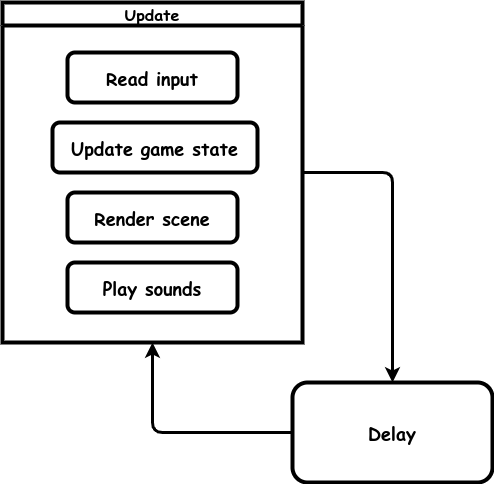
This is images/game-loop.drawio.png from garfix/architectural-patterns, a draw.io export, as it was before one commit. Source tidied: cells renumbered, new cells last; positions are measured from the earlier drawing's top-left corner, leaving out a move shared by most shapes.
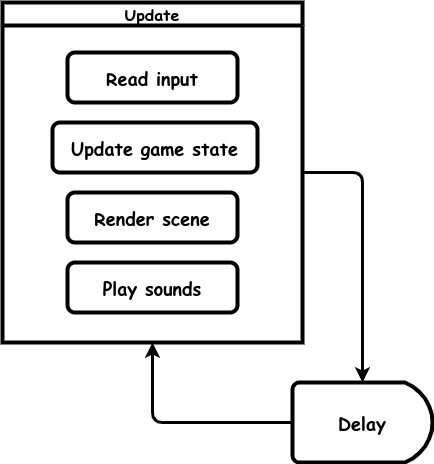
The same diagram one commit later.

What changed in the source:
```diff
@@ -17,22 +17,22 @@
     <mxCell id="6" value="&lt;b style=&quot;font-size: 18px;&quot;&gt;Play sounds&lt;br&gt;&lt;/b&gt;" style="rounded=1;whiteSpace=wrap;html=1;strokeWidth=4;fontFamily=Comic Sans MS;fontSize=18;" parent="2" vertex="1">
       <mxGeometry x="65" y="260" width="170" height="50" as="geometry" />
     </mxCell>
-    <mxCell id="7" value="&lt;b style=&quot;font-size: 18px;&quot;&gt;Delay&lt;br&gt;&lt;/b&gt;" style="rounded=1;whiteSpace=wrap;html=1;strokeWidth=4;fontFamily=Comic Sans MS;fontSize=18;" parent="1" vertex="1">
-      <mxGeometry x="290" y="380" width="200" height="100" as="geometry" />
-    </mxCell>
     <mxCell id="8" style="endArrow=none;startArrow=classic;html=1;rounded=1;strokeWidth=3;endFill=0;" parent="1" edge="1" source="2" target="7">
       <mxGeometry relative="1" as="geometry">
         <Array as="points">
-          <mxPoint x="150" y="430" />
+          <mxPoint x="150" y="420" />
         </Array>
       </mxGeometry>
     </mxCell>
     <mxCell id="9" style="endArrow=none;startArrow=classic;html=1;rounded=1;strokeWidth=3;endFill=0;" parent="1" edge="1" source="7" target="2">
       <mxGeometry relative="1" as="geometry">
         <Array as="points">
-          <mxPoint x="390" y="170" />
+          <mxPoint x="360" y="170" />
         </Array>
       </mxGeometry>
     </mxCell>
+    <mxCell id="7" value="&lt;font face=&quot;Comic Sans MS&quot; style=&quot;font-size: 18px;&quot;&gt;&lt;b&gt;Delay&lt;/b&gt;&lt;/font&gt;" style="strokeWidth=4;html=1;shape=mxgraph.flowchart.delay;whiteSpace=wrap;" parent="1" vertex="1">
+      <mxGeometry x="290" y="380" width="140" height="80" as="geometry" />
+    </mxCell>
   </root>
 </mxGraphModel>
```
